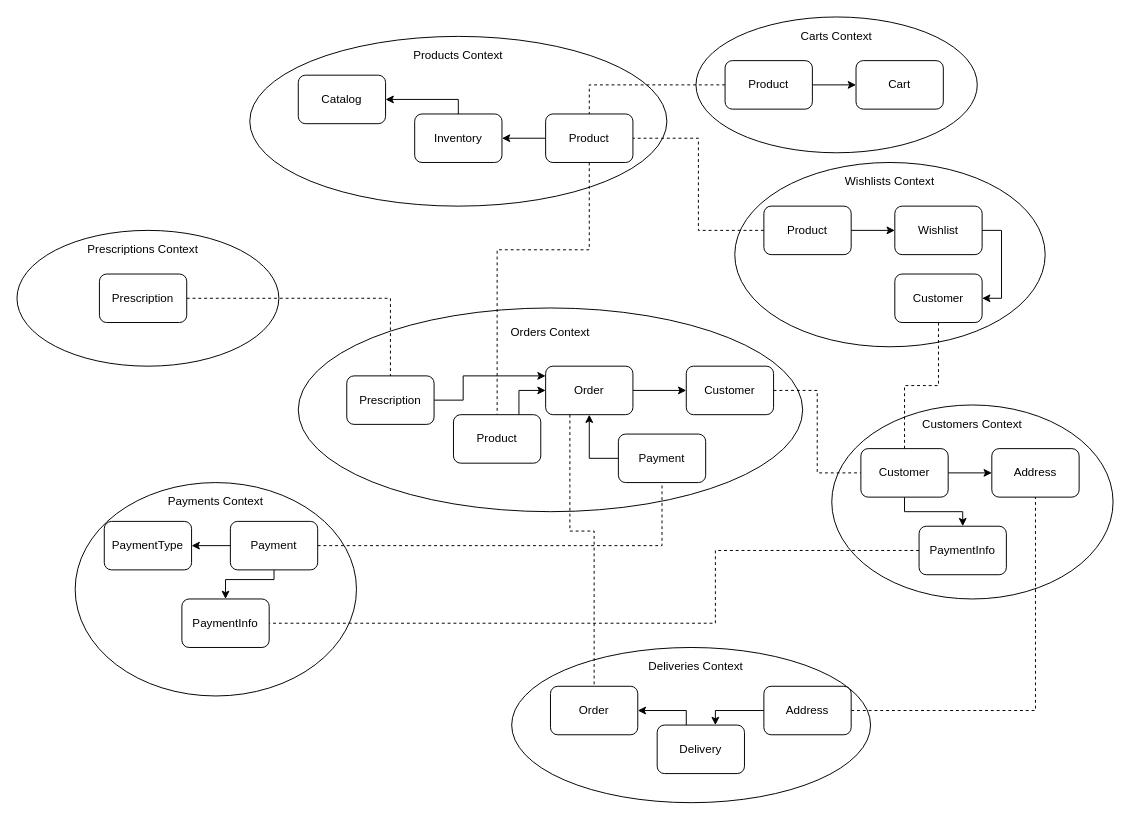
jpscardoso97/pharmacity-ecommerce keeps this draw.io diagram as page "BoundedContexts" (3 of 4) of ServiceIdentification/Diagrams/Diagrams.drawio. Above is the earlier version. Source tidied: cells renumbered, new cells numbered last; positions are measured from the earlier drawing's top-left corner, leaving out a move shared by most shapes. Both pictures are drawn from the tidied source at 97%, with x=0, y=0 at pixel (16, 16).
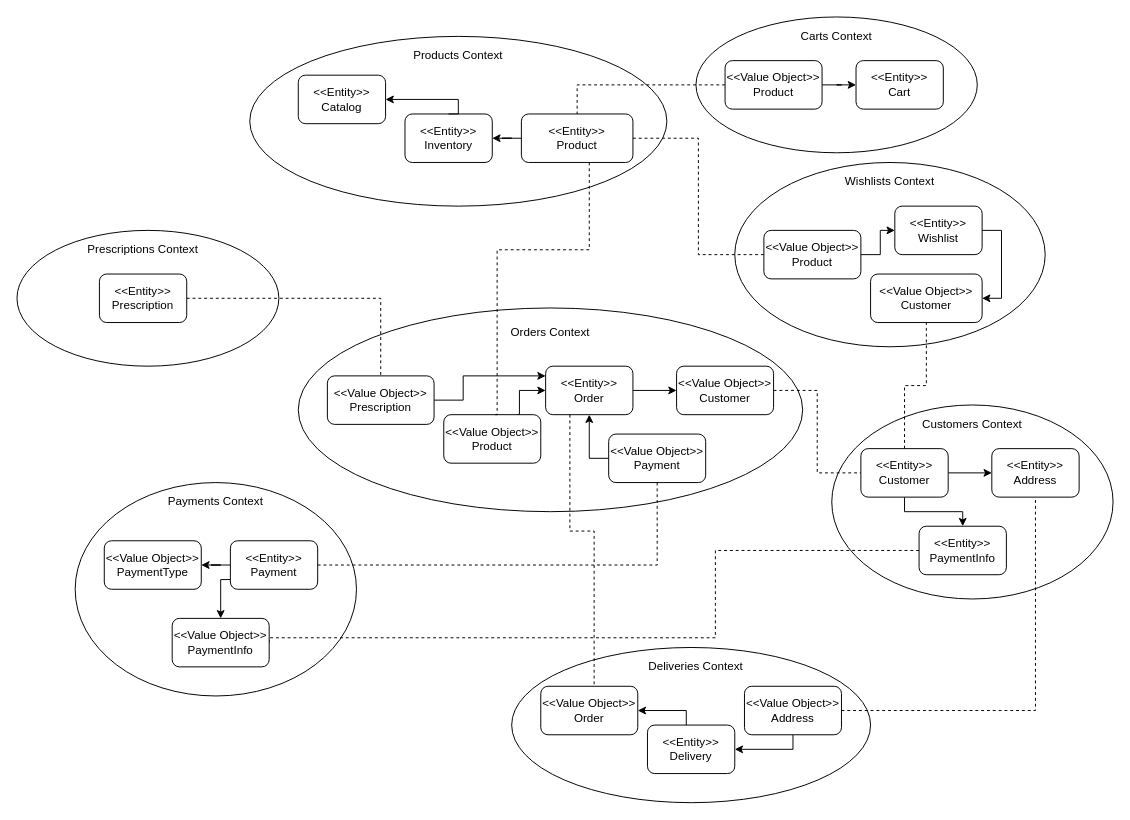
Above is the later version.

Change to the diagram source:
```diff
@@
-    <mxCell id="3" value="Product" style="rounded=1;whiteSpace=wrap;html=1;" parent="1" vertex="1">
-      <mxGeometry x="545" y="100" width="90" height="50" as="geometry" />
+    <mxCell id="3" value="&amp;lt;&amp;lt;Entity&amp;gt;&amp;gt;&lt;br&gt;Product" style="rounded=1;whiteSpace=wrap;html=1;" parent="1" vertex="1">
+      <mxGeometry x="520" y="100" width="115" height="50" as="geometry" />
     </mxCell>
@@
-    <mxCell id="5" value="Inventory" style="rounded=1;whiteSpace=wrap;html=1;" parent="1" vertex="1">
-      <mxGeometry x="410" y="100" width="90" height="50" as="geometry" />
+    <mxCell id="5" value="&amp;lt;&amp;lt;Entity&amp;gt;&amp;gt;&lt;br&gt;Inventory" style="rounded=1;whiteSpace=wrap;html=1;" parent="1" vertex="1">
+      <mxGeometry x="400" y="100" width="90" height="50" as="geometry" />
     </mxCell>
@@
-    <mxCell id="7" value="Catalog" style="rounded=1;whiteSpace=wrap;html=1;" parent="1" vertex="1">
+    <mxCell id="7" value="&amp;lt;&amp;lt;Entity&amp;gt;&amp;gt;&lt;br&gt;Catalog" style="rounded=1;whiteSpace=wrap;html=1;" parent="1" vertex="1">
       <mxGeometry x="290" y="60" width="90" height="50" as="geometry" />
     </mxCell>
@@
-    <mxCell id="9" value="Cart" style="rounded=1;whiteSpace=wrap;html=1;" parent="1" vertex="1">
+    <mxCell id="9" value="&amp;lt;&amp;lt;Entity&amp;gt;&amp;gt;&lt;br&gt;Cart" style="rounded=1;whiteSpace=wrap;html=1;" parent="1" vertex="1">
       <mxGeometry x="865" y="45" width="90" height="50" as="geometry" />
     </mxCell>
@@
-    <mxCell id="12" value="Product" style="rounded=1;whiteSpace=wrap;html=1;" parent="1" vertex="1">
-      <mxGeometry x="730" y="45" width="90" height="50" as="geometry" />
+    <mxCell id="12" value="&amp;lt;&amp;lt;Value Object&amp;gt;&amp;gt;&lt;br&gt;Product" style="rounded=1;whiteSpace=wrap;html=1;" parent="1" vertex="1">
+      <mxGeometry x="730" y="45" width="100" height="50" as="geometry" />
     </mxCell>
@@
-    <mxCell id="15" value="Wishlist" style="rounded=1;whiteSpace=wrap;html=1;" parent="1" vertex="1">
+    <mxCell id="15" value="&amp;lt;&amp;lt;Entity&amp;gt;&amp;gt;&lt;br&gt;Wishlist" style="rounded=1;whiteSpace=wrap;html=1;" parent="1" vertex="1">
       <mxGeometry x="905" y="195" width="90" height="50" as="geometry" />
     </mxCell>
@@
-    <mxCell id="18" value="Product" style="rounded=1;whiteSpace=wrap;html=1;" parent="1" vertex="1">
-      <mxGeometry x="770" y="195" width="90" height="50" as="geometry" />
+    <mxCell id="18" value="&amp;lt;&amp;lt;Value Object&amp;gt;&amp;gt;&lt;br&gt;Product" style="rounded=1;whiteSpace=wrap;html=1;" parent="1" vertex="1">
+      <mxGeometry x="770" y="220" width="100" height="50" as="geometry" />
     </mxCell>
@@
-    <mxCell id="20" value="Address" style="rounded=1;whiteSpace=wrap;html=1;" parent="1" vertex="1">
+    <mxCell id="20" value="&amp;lt;&amp;lt;Entity&amp;gt;&amp;gt;&lt;br&gt;Address" style="rounded=1;whiteSpace=wrap;html=1;" parent="1" vertex="1">
       <mxGeometry x="1005" y="445" width="90" height="50" as="geometry" />
     </mxCell>
@@
-    <mxCell id="24" value="Customer" style="rounded=1;whiteSpace=wrap;html=1;" parent="1" vertex="1">
+    <mxCell id="24" value="&amp;lt;&amp;lt;Entity&amp;gt;&amp;gt;&lt;br&gt;Customer" style="rounded=1;whiteSpace=wrap;html=1;" parent="1" vertex="1">
       <mxGeometry x="870" y="445" width="90" height="50" as="geometry" />
     </mxCell>
-    <mxCell id="25" value="Customer" style="rounded=1;whiteSpace=wrap;html=1;" parent="1" vertex="1">
-      <mxGeometry x="905" y="265" width="90" height="50" as="geometry" />
+    <mxCell id="25" value="&amp;lt;&amp;lt;Value Object&amp;gt;&amp;gt;&lt;br&gt;Customer" style="rounded=1;whiteSpace=wrap;html=1;" parent="1" vertex="1">
+      <mxGeometry x="880" y="265" width="115" height="50" as="geometry" />
     </mxCell>
@@
-    <mxCell id="28" value="Customer" style="rounded=1;whiteSpace=wrap;html=1;" parent="1" vertex="1">
-      <mxGeometry x="690" y="360" width="90" height="50" as="geometry" />
+    <mxCell id="28" value="&amp;lt;&amp;lt;Value Object&amp;gt;&amp;gt;&lt;br&gt;Customer" style="rounded=1;whiteSpace=wrap;html=1;" parent="1" vertex="1">
+      <mxGeometry x="680" y="360" width="100" height="50" as="geometry" />
     </mxCell>
@@
-    <mxCell id="33" value="Order" style="rounded=1;whiteSpace=wrap;html=1;" parent="1" vertex="1">
+    <mxCell id="33" value="&amp;lt;&amp;lt;Entity&amp;gt;&amp;gt;&lt;br&gt;Order" style="rounded=1;whiteSpace=wrap;html=1;" parent="1" vertex="1">
       <mxGeometry x="545" y="360" width="90" height="50" as="geometry" />
     </mxCell>
-    <mxCell id="34" value="Payment" style="rounded=1;whiteSpace=wrap;html=1;" parent="1" vertex="1">
-      <mxGeometry x="620" y="430" width="90" height="50" as="geometry" />
+    <mxCell id="34" value="&amp;lt;&amp;lt;Value Object&amp;gt;&amp;gt;&lt;br&gt;Payment" style="rounded=1;whiteSpace=wrap;html=1;" parent="1" vertex="1">
+      <mxGeometry x="610" y="430" width="100" height="50" as="geometry" />
     </mxCell>
@@
-    <mxCell id="39" value="Payment" style="rounded=1;whiteSpace=wrap;html=1;" parent="1" vertex="1">
-      <mxGeometry x="220" y="520" width="90" height="50" as="geometry" />
+    <mxCell id="39" value="&amp;lt;&amp;lt;Entity&amp;gt;&amp;gt;&lt;br&gt;Payment" style="rounded=1;whiteSpace=wrap;html=1;" parent="1" vertex="1">
+      <mxGeometry x="220" y="540" width="90" height="50" as="geometry" />
     </mxCell>
-    <mxCell id="40" value="PaymentType" style="rounded=1;whiteSpace=wrap;html=1;" parent="1" vertex="1">
-      <mxGeometry x="90" y="520" width="90" height="50" as="geometry" />
+    <mxCell id="40" value="&amp;lt;&amp;lt;Value Object&amp;gt;&amp;gt;&lt;br&gt;PaymentType" style="rounded=1;whiteSpace=wrap;html=1;" parent="1" vertex="1">
+      <mxGeometry x="90" y="540" width="100" height="50" as="geometry" />
     </mxCell>
-    <mxCell id="41" value="Product" style="rounded=1;whiteSpace=wrap;html=1;" parent="1" vertex="1">
-      <mxGeometry x="450" y="410" width="90" height="50" as="geometry" />
+    <mxCell id="41" value="&amp;lt;&amp;lt;Value Object&amp;gt;&amp;gt;&lt;br&gt;Product" style="rounded=1;whiteSpace=wrap;html=1;" parent="1" vertex="1">
+      <mxGeometry x="440" y="410" width="100" height="50" as="geometry" />
     </mxCell>
@@
-    <mxCell id="52" value="Prescription" style="rounded=1;whiteSpace=wrap;html=1;" parent="1" vertex="1">
+    <mxCell id="52" value="&amp;lt;&amp;lt;Entity&amp;gt;&amp;gt;&lt;br&gt;Prescription" style="rounded=1;whiteSpace=wrap;html=1;" parent="1" vertex="1">
       <mxGeometry x="85" y="265" width="90" height="50" as="geometry" />
     </mxCell>
-    <mxCell id="53" value="Prescription" style="rounded=1;whiteSpace=wrap;html=1;" parent="1" vertex="1">
-      <mxGeometry x="340" y="370" width="90" height="50" as="geometry" />
+    <mxCell id="53" value="&amp;lt;&amp;lt;Value Object&amp;gt;&amp;gt;&lt;br&gt;Prescription" style="rounded=1;whiteSpace=wrap;html=1;" parent="1" vertex="1">
+      <mxGeometry x="320" y="370" width="110" height="50" as="geometry" />
     </mxCell>
@@
-    <mxCell id="57" style="edgeStyle=orthogonalEdgeStyle;rounded=0;jettySize=auto;html=1;entryX=0;entryY=0.5;entryDx=0;entryDy=0;startArrow=classic;startFill=1;endArrow=none;endFill=0;" parent="1" edge="1" source="58" target="60">
+    <mxCell id="57" style="edgeStyle=orthogonalEdgeStyle;rounded=0;jettySize=auto;html=1;entryX=0.5;entryY=1;entryDx=0;entryDy=0;startArrow=classic;startFill=1;endArrow=none;endFill=0;exitX=1;exitY=0.5;exitDx=0;exitDy=0;" parent="1" edge="1" source="58" target="60">
       <mxGeometry relative="1" as="geometry">
         <Array as="points">
-          <mxPoint x="720" y="715" />
+          <mxPoint x="800" y="755" />
         </Array>
       </mxGeometry>
     </mxCell>
-    <mxCell id="58" value="Delivery" style="rounded=1;whiteSpace=wrap;html=1;" parent="1" vertex="1">
-      <mxGeometry x="660" y="730" width="90" height="50" as="geometry" />
+    <mxCell id="58" value="&amp;lt;&amp;lt;Entity&amp;gt;&amp;gt;&lt;br&gt;Delivery" style="rounded=1;whiteSpace=wrap;html=1;" parent="1" vertex="1">
+      <mxGeometry x="650" y="730" width="90" height="50" as="geometry" />
     </mxCell>
@@
-    <mxCell id="60" value="Address" style="rounded=1;whiteSpace=wrap;html=1;" parent="1" vertex="1">
-      <mxGeometry x="770" y="690" width="90" height="50" as="geometry" />
+    <mxCell id="60" value="&amp;lt;&amp;lt;Value Object&amp;gt;&amp;gt;&lt;br&gt;Address" style="rounded=1;whiteSpace=wrap;html=1;" parent="1" vertex="1">
+      <mxGeometry x="750" y="690" width="100" height="50" as="geometry" />
     </mxCell>
-    <mxCell id="61" value="Order" style="rounded=1;whiteSpace=wrap;html=1;" parent="1" vertex="1">
-      <mxGeometry x="550" y="690" width="90" height="50" as="geometry" />
+    <mxCell id="61" value="&amp;lt;&amp;lt;Value Object&amp;gt;&amp;gt;&lt;br&gt;Order" style="rounded=1;whiteSpace=wrap;html=1;" parent="1" vertex="1">
+      <mxGeometry x="540" y="690" width="100" height="50" as="geometry" />
     </mxCell>
@@
     <mxCell id="63" style="edgeStyle=orthogonalEdgeStyle;rounded=0;jettySize=auto;html=1;entryX=1;entryY=0.5;entryDx=0;entryDy=0;endArrow=none;endFill=0;dashed=1;" parent="1" edge="1" source="64" target="65">
       <mxGeometry relative="1" as="geometry">
         <Array as="points">
           <mxPoint x="720" y="550" />
-          <mxPoint x="720" y="625" />
+          <mxPoint x="720" y="640" />
+          <mxPoint x="260" y="640" />
         </Array>
       </mxGeometry>
     </mxCell>
-    <mxCell id="64" value="PaymentInfo" style="rounded=1;whiteSpace=wrap;html=1;" parent="1" vertex="1">
+    <mxCell id="64" value="&amp;lt;&amp;lt;Entity&amp;gt;&amp;gt;&lt;br&gt;PaymentInfo" style="rounded=1;whiteSpace=wrap;html=1;" parent="1" vertex="1">
       <mxGeometry x="930" y="525" width="90" height="50" as="geometry" />
     </mxCell>
-    <mxCell id="65" value="PaymentInfo" style="rounded=1;whiteSpace=wrap;html=1;" parent="1" vertex="1">
-      <mxGeometry x="170" y="600" width="90" height="50" as="geometry" />
+    <mxCell id="65" value="&amp;lt;&amp;lt;Value Object&amp;gt;&amp;gt;&lt;br&gt;PaymentInfo" style="rounded=1;whiteSpace=wrap;html=1;" parent="1" vertex="1">
+      <mxGeometry x="160" y="620" width="100" height="50" as="geometry" />
     </mxCell>
```
